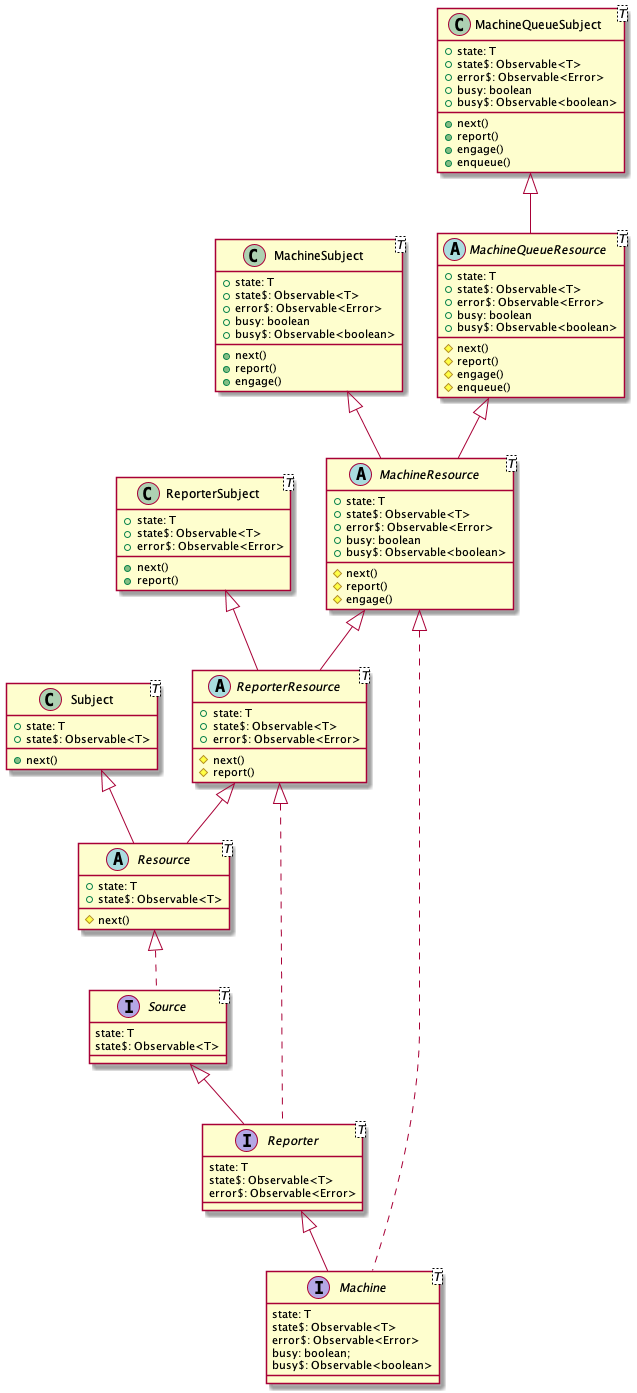
The PlantUML diagram assets/diagram.png in rafamel/komtrol, before a commit.
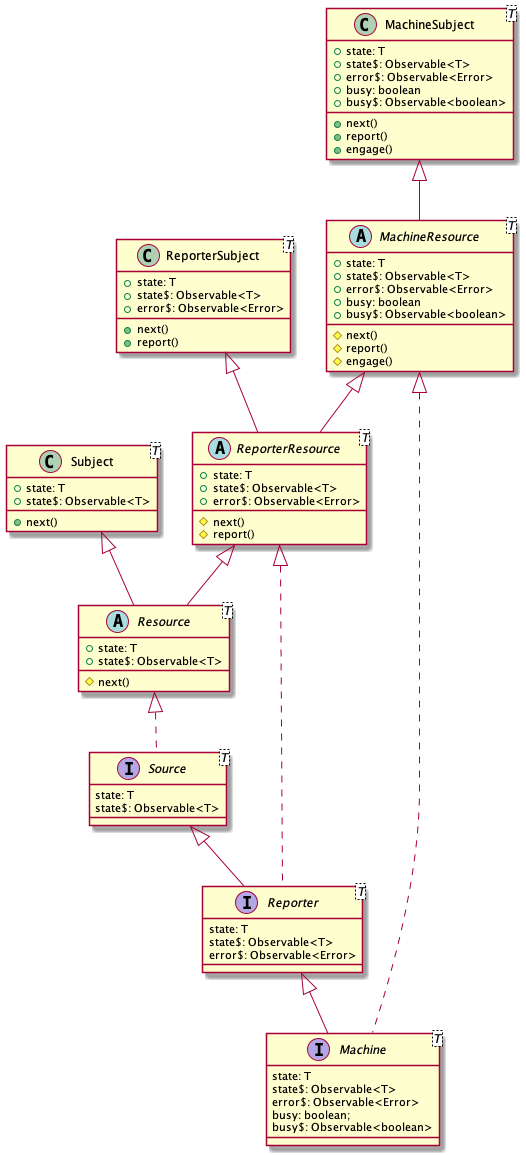
Later version of the same file.

Commit message:
revert(sources): removes MachineQueueResource and MachineQueueSubject

What changed in the source:
```diff
@@ -79,30 +79,4 @@
   +engage()
 }
 
-MachineQueueResource <|-- MachineResource
-abstract class MachineQueueResource<T> {
-  +state: T
-  +state$: Observable<T>
-  +error$: Observable<Error>
-  +busy: boolean
-  +busy$: Observable<boolean>
-  #next()
-  #report()
-  #engage()
-  #enqueue()
-}
-
-MachineQueueSubject <|-- MachineQueueResource
-class MachineQueueSubject<T> {
-  +state: T
-  +state$: Observable<T>
-  +error$: Observable<Error>
-  +busy: boolean
-  +busy$: Observable<boolean>
-  +next()
-  +report()
-  +engage()
-  +enqueue()
-}
-
 @enduml
```
